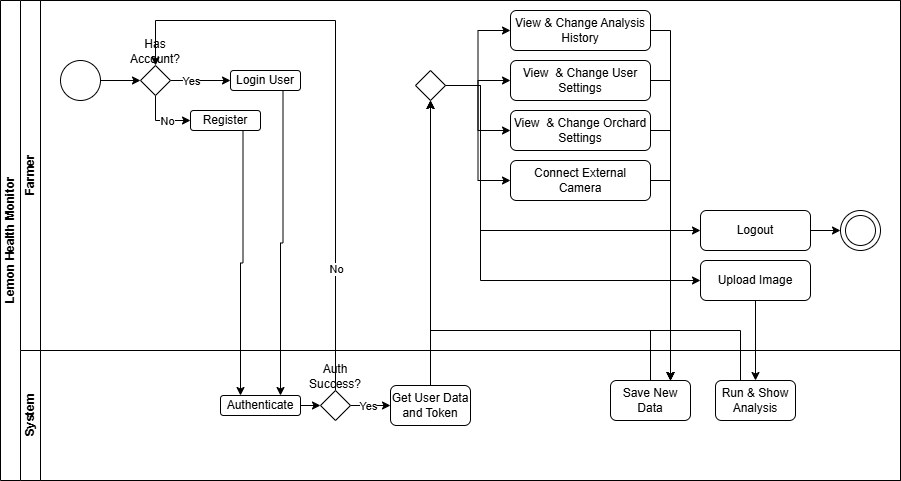
Above: Phase A/Diagrams/Lemon Cam Activity.png in semaximche/Capstone-Project-Lemon-Health-Monitor (draw.io), before the change. Source tidied: cells renumbered, new cells last; positions are measured from the earlier drawing's top-left corner, leaving out a move shared by most shapes. The source it was exported from:
```xml
<mxGraphModel>
  <root>
    <mxCell id="0" />
    <mxCell id="1" parent="0" />
    <mxCell id="2" value="Lemon Health Monitor" style="swimlane;html=1;horizontal=0;startSize=20;" parent="1" vertex="1">
      <mxGeometry width="900" height="480" as="geometry" />
    </mxCell>
    <mxCell id="3" value="Farmer" style="swimlane;html=1;startSize=20;horizontal=0;" parent="2" vertex="1">
      <mxGeometry x="20" width="880" height="350" as="geometry" />
    </mxCell>
    <mxCell id="4" style="edgeStyle=orthogonalEdgeStyle;rounded=0;jettySize=auto;html=1;exitX=1;exitY=0.5;exitDx=0;exitDy=0;entryX=0;entryY=0.5;entryDx=0;entryDy=0;" parent="3" edge="1" source="5" target="11">
      <mxGeometry relative="1" as="geometry" />
    </mxCell>
    <mxCell id="5" style="ellipse;whiteSpace=wrap;html=1;fillColor=default;" parent="3" vertex="1">
      <mxGeometry x="40" y="60" width="40" height="40" as="geometry" />
    </mxCell>
    <mxCell id="6" value="Login User" style="rounded=1;whiteSpace=wrap;html=1;" parent="3" vertex="1">
      <mxGeometry x="210" y="70" width="70" height="20" as="geometry" />
    </mxCell>
    <mxCell id="7" style="edgeStyle=orthogonalEdgeStyle;rounded=0;jettySize=auto;html=1;exitX=1;exitY=0.5;exitDx=0;exitDy=0;entryX=0;entryY=0.5;entryDx=0;entryDy=0;" parent="3" edge="1" source="11" target="6">
      <mxGeometry relative="1" as="geometry" />
    </mxCell>
    <mxCell id="8" value="Yes" style="edgeLabel;html=1;align=center;verticalAlign=middle;" parent="7" vertex="1">
      <mxGeometry x="-0.12" y="2" relative="1" as="geometry">
        <mxPoint x="-6" y="2" as="offset" />
      </mxGeometry>
    </mxCell>
    <mxCell id="9" style="edgeStyle=orthogonalEdgeStyle;rounded=0;jettySize=auto;html=1;exitX=0.5;exitY=1;exitDx=0;exitDy=0;entryX=0;entryY=0.5;entryDx=0;entryDy=0;" parent="3" edge="1" source="11" target="12">
      <mxGeometry relative="1" as="geometry" />
    </mxCell>
    <mxCell id="10" value="No" style="edgeLabel;html=1;align=center;verticalAlign=middle;" parent="9" vertex="1">
      <mxGeometry x="0.59" y="1" relative="1" as="geometry">
        <mxPoint x="-12" y="1" as="offset" />
      </mxGeometry>
    </mxCell>
    <mxCell id="11" value="Has Account?&lt;div&gt;&lt;/div&gt;&lt;div&gt;&lt;br&gt;&lt;/div&gt;&lt;div&gt;&lt;br&gt;&lt;/div&gt;&lt;div&gt;&lt;br&gt;&lt;/div&gt;&lt;div&gt;&lt;br&gt;&lt;/div&gt;" style="rhombus;whiteSpace=wrap;html=1;" parent="3" vertex="1">
      <mxGeometry x="120" y="65" width="30" height="30" as="geometry" />
    </mxCell>
    <mxCell id="12" value="Register" style="rounded=1;whiteSpace=wrap;html=1;" parent="3" vertex="1">
      <mxGeometry x="170" y="110" width="70" height="20" as="geometry" />
    </mxCell>
    <mxCell id="13" style="edgeStyle=orthogonalEdgeStyle;rounded=0;jettySize=auto;html=1;exitX=1;exitY=0.5;exitDx=0;exitDy=0;entryX=0;entryY=0.5;entryDx=0;entryDy=0;" parent="3" edge="1" source="19" target="21">
      <mxGeometry relative="1" as="geometry" />
    </mxCell>
    <mxCell id="14" style="edgeStyle=orthogonalEdgeStyle;rounded=0;jettySize=auto;html=1;exitX=1;exitY=0.5;exitDx=0;exitDy=0;entryX=0;entryY=0.5;entryDx=0;entryDy=0;" parent="3" edge="1" source="19" target="23">
      <mxGeometry relative="1" as="geometry" />
    </mxCell>
    <mxCell id="15" style="edgeStyle=orthogonalEdgeStyle;rounded=0;jettySize=auto;html=1;exitX=1;exitY=0.5;exitDx=0;exitDy=0;entryX=0;entryY=0.5;entryDx=0;entryDy=0;" parent="3" edge="1" source="19" target="25">
      <mxGeometry relative="1" as="geometry" />
    </mxCell>
    <mxCell id="16" style="edgeStyle=orthogonalEdgeStyle;rounded=0;jettySize=auto;html=1;exitX=1;exitY=0.5;exitDx=0;exitDy=0;entryX=0;entryY=0.5;entryDx=0;entryDy=0;" parent="3" edge="1" source="19" target="26">
      <mxGeometry relative="1" as="geometry" />
    </mxCell>
    <mxCell id="17" style="edgeStyle=orthogonalEdgeStyle;rounded=0;jettySize=auto;html=1;exitX=1;exitY=0.5;exitDx=0;exitDy=0;entryX=0;entryY=0.5;entryDx=0;entryDy=0;" parent="3" edge="1" source="19" target="28">
      <mxGeometry relative="1" as="geometry">
        <Array as="points">
          <mxPoint x="460" y="85" />
          <mxPoint x="460" y="230" />
        </Array>
      </mxGeometry>
    </mxCell>
    <mxCell id="18" style="edgeStyle=orthogonalEdgeStyle;rounded=0;jettySize=auto;html=1;exitX=1;exitY=0.5;exitDx=0;exitDy=0;entryX=0;entryY=0.5;entryDx=0;entryDy=0;" parent="3" edge="1" source="19" target="29">
      <mxGeometry relative="1" as="geometry">
        <Array as="points">
          <mxPoint x="460" y="85" />
          <mxPoint x="460" y="280" />
        </Array>
      </mxGeometry>
    </mxCell>
    <mxCell id="19" value="&lt;div&gt;&lt;br&gt;&lt;/div&gt;" style="rhombus;whiteSpace=wrap;html=1;" parent="3" vertex="1">
      <mxGeometry x="395" y="70" width="30" height="30" as="geometry" />
    </mxCell>
    <mxCell id="20" style="edgeStyle=orthogonalEdgeStyle;rounded=0;jettySize=auto;html=1;exitX=1;exitY=0.5;exitDx=0;exitDy=0;" parent="3" edge="1" source="21">
      <mxGeometry relative="1" as="geometry">
        <mxPoint x="650" y="380" as="targetPoint" />
      </mxGeometry>
    </mxCell>
    <mxCell id="21" value="View &amp;amp; Change Analysis History" style="rounded=1;whiteSpace=wrap;html=1;" parent="3" vertex="1">
      <mxGeometry x="490" y="10" width="140" height="40" as="geometry" />
    </mxCell>
    <mxCell id="22" style="edgeStyle=orthogonalEdgeStyle;rounded=0;jettySize=auto;html=1;exitX=1;exitY=0.5;exitDx=0;exitDy=0;" parent="3" edge="1" source="23">
      <mxGeometry relative="1" as="geometry">
        <mxPoint x="650" y="380" as="targetPoint" />
      </mxGeometry>
    </mxCell>
    <mxCell id="23" value="View&amp;nbsp;&amp;nbsp;&amp;amp; Change&amp;nbsp;User Settings" style="rounded=1;whiteSpace=wrap;html=1;" parent="3" vertex="1">
      <mxGeometry x="490" y="60" width="140" height="40" as="geometry" />
    </mxCell>
    <mxCell id="24" style="edgeStyle=orthogonalEdgeStyle;rounded=0;jettySize=auto;html=1;exitX=1;exitY=0.5;exitDx=0;exitDy=0;" parent="3" edge="1" source="25">
      <mxGeometry relative="1" as="geometry">
        <mxPoint x="650" y="380" as="targetPoint" />
      </mxGeometry>
    </mxCell>
    <mxCell id="25" value="View&amp;nbsp;&amp;nbsp;&amp;amp; Change&amp;nbsp;Orchard Settings" style="rounded=1;whiteSpace=wrap;html=1;" parent="3" vertex="1">
      <mxGeometry x="490" y="110" width="140" height="40" as="geometry" />
    </mxCell>
    <mxCell id="26" value="Connect External Camera" style="rounded=1;whiteSpace=wrap;html=1;" parent="3" vertex="1">
      <mxGeometry x="490" y="160" width="140" height="40" as="geometry" />
    </mxCell>
    <mxCell id="27" style="edgeStyle=orthogonalEdgeStyle;rounded=0;jettySize=auto;html=1;exitX=1;exitY=0.5;exitDx=0;exitDy=0;entryX=0;entryY=0.5;entryDx=0;entryDy=0;" parent="3" edge="1" source="28" target="31">
      <mxGeometry relative="1" as="geometry" />
    </mxCell>
    <mxCell id="28" value="Logout" style="rounded=1;whiteSpace=wrap;html=1;" parent="3" vertex="1">
      <mxGeometry x="680" y="210" width="110" height="40" as="geometry" />
    </mxCell>
    <mxCell id="29" value="Upload Image" style="rounded=1;whiteSpace=wrap;html=1;" parent="3" vertex="1">
      <mxGeometry x="680" y="260" width="110" height="40" as="geometry" />
    </mxCell>
    <mxCell id="30" style="group;" parent="3" vertex="1">
      <mxGeometry x="820" y="210" width="40" height="40" as="geometry" />
    </mxCell>
    <mxCell id="31" style="ellipse;whiteSpace=wrap;html=1;fillColor=default;" parent="30" vertex="1">
      <mxGeometry width="40" height="40" as="geometry" />
    </mxCell>
    <mxCell id="32" style="ellipse;whiteSpace=wrap;html=1;fillColor=light-dark(#FFFFFF,#FFFFFF);" parent="30" vertex="1">
      <mxGeometry x="5" y="5" width="30" height="30" as="geometry" />
    </mxCell>
    <mxCell id="33" style="edgeStyle=orthogonalEdgeStyle;rounded=0;jettySize=auto;html=1;exitX=0.75;exitY=1;exitDx=0;exitDy=0;entryX=0.25;entryY=0;entryDx=0;entryDy=0;" parent="2" edge="1" source="12" target="40">
      <mxGeometry relative="1" as="geometry" />
    </mxCell>
    <mxCell id="34" style="edgeStyle=orthogonalEdgeStyle;rounded=0;jettySize=auto;html=1;exitX=0.75;exitY=1;exitDx=0;exitDy=0;entryX=0.75;entryY=0;entryDx=0;entryDy=0;" parent="2" edge="1" source="6" target="40">
      <mxGeometry relative="1" as="geometry" />
    </mxCell>
    <mxCell id="35" style="edgeStyle=orthogonalEdgeStyle;rounded=0;jettySize=auto;html=1;exitX=0.5;exitY=0;exitDx=0;exitDy=0;entryX=0.5;entryY=0;entryDx=0;entryDy=0;" parent="2" edge="1" source="43" target="11">
      <mxGeometry relative="1" as="geometry">
        <Array as="points">
          <mxPoint x="335" y="20" />
          <mxPoint x="155" y="20" />
        </Array>
      </mxGeometry>
    </mxCell>
    <mxCell id="36" value="No" style="edgeLabel;html=1;align=center;verticalAlign=middle;" parent="35" vertex="1">
      <mxGeometry x="-0.1" y="1" relative="1" as="geometry">
        <mxPoint x="1" y="147" as="offset" />
      </mxGeometry>
    </mxCell>
    <mxCell id="37" style="edgeStyle=orthogonalEdgeStyle;rounded=0;jettySize=auto;html=1;exitX=0.5;exitY=0;exitDx=0;exitDy=0;entryX=0.5;entryY=1;entryDx=0;entryDy=0;" parent="2" edge="1" source="44" target="19">
      <mxGeometry relative="1" as="geometry" />
    </mxCell>
    <mxCell id="38" value="System" style="swimlane;html=1;startSize=20;horizontal=0;" parent="2" vertex="1">
      <mxGeometry x="20" y="350" width="880" height="130" as="geometry" />
    </mxCell>
    <mxCell id="39" style="edgeStyle=orthogonalEdgeStyle;rounded=0;jettySize=auto;html=1;exitX=1;exitY=0.5;exitDx=0;exitDy=0;entryX=0;entryY=0.5;entryDx=0;entryDy=0;" parent="38" edge="1" source="40" target="43">
      <mxGeometry relative="1" as="geometry" />
    </mxCell>
    <mxCell id="40" value="Authenticate" style="rounded=1;whiteSpace=wrap;html=1;" parent="38" vertex="1">
      <mxGeometry x="200" y="45" width="80" height="20" as="geometry" />
    </mxCell>
    <mxCell id="41" style="edgeStyle=orthogonalEdgeStyle;rounded=0;jettySize=auto;html=1;exitX=1;exitY=0.5;exitDx=0;exitDy=0;entryX=0;entryY=0.5;entryDx=0;entryDy=0;" parent="38" edge="1" source="43" target="44">
      <mxGeometry relative="1" as="geometry" />
    </mxCell>
    <mxCell id="42" value="Yes" style="edgeLabel;html=1;align=center;verticalAlign=middle;" parent="41" vertex="1">
      <mxGeometry x="-0.16" relative="1" as="geometry" />
    </mxCell>
    <mxCell id="43" value="&lt;div&gt;Auth Success?&lt;/div&gt;&lt;div&gt;&lt;br&gt;&lt;/div&gt;&lt;div&gt;&lt;br&gt;&lt;/div&gt;&lt;div&gt;&lt;br&gt;&lt;/div&gt;&lt;div&gt;&lt;br&gt;&lt;/div&gt;" style="rhombus;whiteSpace=wrap;html=1;" parent="38" vertex="1">
      <mxGeometry x="300" y="40" width="30" height="30" as="geometry" />
    </mxCell>
    <mxCell id="44" value="Get User Data and Token" style="rounded=1;whiteSpace=wrap;html=1;" parent="38" vertex="1">
      <mxGeometry x="370" y="35" width="80" height="40" as="geometry" />
    </mxCell>
    <mxCell id="45" value="Save New Data" style="rounded=1;whiteSpace=wrap;html=1;" parent="38" vertex="1">
      <mxGeometry x="590" y="30" width="80" height="40" as="geometry" />
    </mxCell>
    <mxCell id="46" value="Run &amp;amp; Show Analysis" style="rounded=1;whiteSpace=wrap;html=1;" parent="38" vertex="1">
      <mxGeometry x="695" y="30" width="80" height="40" as="geometry" />
    </mxCell>
    <mxCell id="47" style="edgeStyle=orthogonalEdgeStyle;rounded=0;jettySize=auto;html=1;exitX=0.25;exitY=0;exitDx=0;exitDy=0;entryX=0.5;entryY=1;entryDx=0;entryDy=0;" parent="2" edge="1" source="45" target="19">
      <mxGeometry relative="1" as="geometry">
        <Array as="points">
          <mxPoint x="650" y="330" />
          <mxPoint x="430" y="330" />
        </Array>
      </mxGeometry>
    </mxCell>
    <mxCell id="48" style="edgeStyle=orthogonalEdgeStyle;rounded=0;jettySize=auto;html=1;exitX=0.5;exitY=1;exitDx=0;exitDy=0;entryX=0.5;entryY=0;entryDx=0;entryDy=0;" parent="2" edge="1" source="29" target="46">
      <mxGeometry relative="1" as="geometry" />
    </mxCell>
    <mxCell id="49" style="edgeStyle=orthogonalEdgeStyle;rounded=0;jettySize=auto;html=1;exitX=0.25;exitY=0;exitDx=0;exitDy=0;entryX=0.5;entryY=1;entryDx=0;entryDy=0;" parent="2" edge="1" source="46" target="19">
      <mxGeometry relative="1" as="geometry">
        <Array as="points">
          <mxPoint x="740" y="330" />
          <mxPoint x="430" y="330" />
        </Array>
      </mxGeometry>
    </mxCell>
    <mxCell id="50" style="edgeStyle=orthogonalEdgeStyle;rounded=0;jettySize=auto;html=1;exitX=1;exitY=0.5;exitDx=0;exitDy=0;entryX=0.75;entryY=0;entryDx=0;entryDy=0;" parent="2" edge="1" source="26" target="45">
      <mxGeometry relative="1" as="geometry" />
    </mxCell>
  </root>
</mxGraphModel>
```
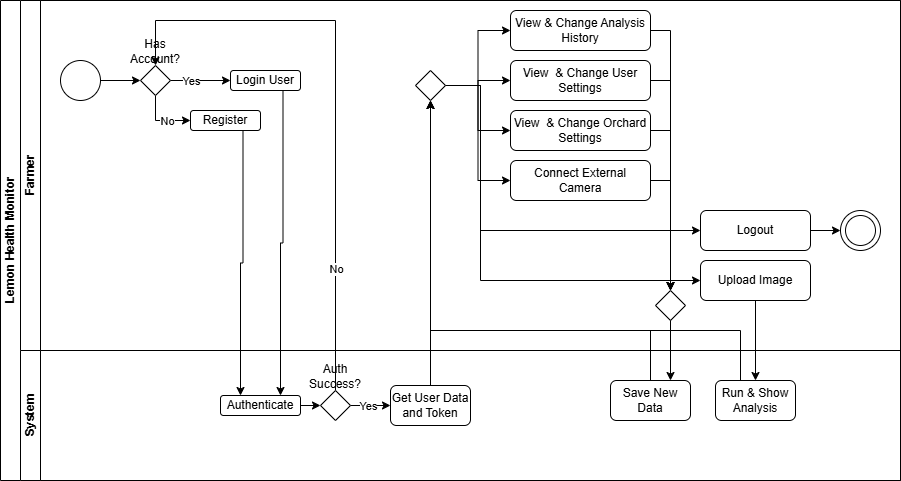
Above is the later version.

What changed in the source:
```diff
@@ -72,24 +72,20 @@
     </mxCell>
     <mxCell id="20" style="edgeStyle=orthogonalEdgeStyle;rounded=0;jettySize=auto;html=1;exitX=1;exitY=0.5;exitDx=0;exitDy=0;" parent="3" edge="1" source="21">
       <mxGeometry relative="1" as="geometry">
-        <mxPoint x="650" y="380" as="targetPoint" />
+        <mxPoint x="650" y="290" as="targetPoint" />
       </mxGeometry>
     </mxCell>
     <mxCell id="21" value="View &amp;amp; Change Analysis History" style="rounded=1;whiteSpace=wrap;html=1;" parent="3" vertex="1">
       <mxGeometry x="490" y="10" width="140" height="40" as="geometry" />
     </mxCell>
-    <mxCell id="22" style="edgeStyle=orthogonalEdgeStyle;rounded=0;jettySize=auto;html=1;exitX=1;exitY=0.5;exitDx=0;exitDy=0;" parent="3" edge="1" source="23">
-      <mxGeometry relative="1" as="geometry">
-        <mxPoint x="650" y="380" as="targetPoint" />
-      </mxGeometry>
+    <mxCell id="22" style="edgeStyle=orthogonalEdgeStyle;rounded=0;jettySize=auto;html=1;exitX=1;exitY=0.5;exitDx=0;exitDy=0;entryX=0.5;entryY=0;entryDx=0;entryDy=0;" parent="3" edge="1" source="23" target="51">
+      <mxGeometry relative="1" as="geometry" />
     </mxCell>
     <mxCell id="23" value="View&amp;nbsp;&amp;nbsp;&amp;amp; Change&amp;nbsp;User Settings" style="rounded=1;whiteSpace=wrap;html=1;" parent="3" vertex="1">
       <mxGeometry x="490" y="60" width="140" height="40" as="geometry" />
     </mxCell>
-    <mxCell id="24" style="edgeStyle=orthogonalEdgeStyle;rounded=0;jettySize=auto;html=1;exitX=1;exitY=0.5;exitDx=0;exitDy=0;" parent="3" edge="1" source="25">
-      <mxGeometry relative="1" as="geometry">
-        <mxPoint x="650" y="380" as="targetPoint" />
-      </mxGeometry>
+    <mxCell id="24" style="edgeStyle=orthogonalEdgeStyle;rounded=0;jettySize=auto;html=1;exitX=1;exitY=0.5;exitDx=0;exitDy=0;entryX=0.5;entryY=0;entryDx=0;entryDy=0;" parent="3" edge="1" source="25" target="51">
+      <mxGeometry relative="1" as="geometry" />
     </mxCell>
     <mxCell id="25" value="View&amp;nbsp;&amp;nbsp;&amp;amp; Change&amp;nbsp;Orchard Settings" style="rounded=1;whiteSpace=wrap;html=1;" parent="3" vertex="1">
       <mxGeometry x="490" y="110" width="140" height="40" as="geometry" />
@@ -115,6 +111,9 @@
     <mxCell id="32" style="ellipse;whiteSpace=wrap;html=1;fillColor=light-dark(#FFFFFF,#FFFFFF);" parent="30" vertex="1">
       <mxGeometry x="5" y="5" width="30" height="30" as="geometry" />
     </mxCell>
+    <mxCell id="51" value="&lt;div&gt;&lt;br&gt;&lt;/div&gt;" style="rhombus;whiteSpace=wrap;html=1;" parent="3" vertex="1">
+      <mxGeometry x="635" y="290" width="30" height="30" as="geometry" />
+    </mxCell>
     <mxCell id="33" style="edgeStyle=orthogonalEdgeStyle;rounded=0;jettySize=auto;html=1;exitX=0.75;exitY=1;exitDx=0;exitDy=0;entryX=0.25;entryY=0;entryDx=0;entryDy=0;" parent="2" edge="1" source="12" target="40">
       <mxGeometry relative="1" as="geometry" />
     </mxCell>
@@ -183,8 +182,13 @@
         </Array>
       </mxGeometry>
     </mxCell>
-    <mxCell id="50" style="edgeStyle=orthogonalEdgeStyle;rounded=0;jettySize=auto;html=1;exitX=1;exitY=0.5;exitDx=0;exitDy=0;entryX=0.75;entryY=0;entryDx=0;entryDy=0;" parent="2" edge="1" source="26" target="45">
-      <mxGeometry relative="1" as="geometry" />
+    <mxCell id="50" style="edgeStyle=orthogonalEdgeStyle;rounded=0;jettySize=auto;html=1;exitX=1;exitY=0.5;exitDx=0;exitDy=0;" parent="2" edge="1" source="26">
+      <mxGeometry relative="1" as="geometry">
+        <mxPoint x="670" y="290" as="targetPoint" />
+      </mxGeometry>
     </mxCell>
+    <mxCell id="52" style="edgeStyle=orthogonalEdgeStyle;rounded=0;jettySize=auto;html=1;exitX=0.5;exitY=1;exitDx=0;exitDy=0;entryX=0.75;entryY=0;entryDx=0;entryDy=0;" parent="2" edge="1" source="51" target="45">
+      <mxGeometry relative="1" as="geometry" />
+    </mxCell>
   </root>
 </mxGraphModel>
```
